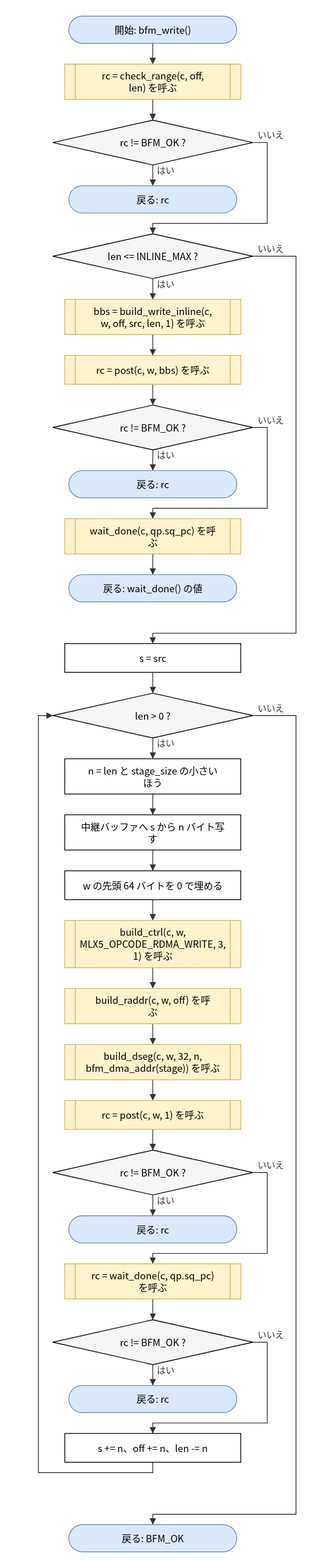
Before: doc/spec/images/flow_src_bfm_ops-bfm_write.drawio.svg, a diagram exported from draw.io (hf355051012-ai/bfmem). Source tidied: cells renumbered, new cells last; positions are measured from the earlier drawing's top-left corner, leaving out a move shared by most shapes.
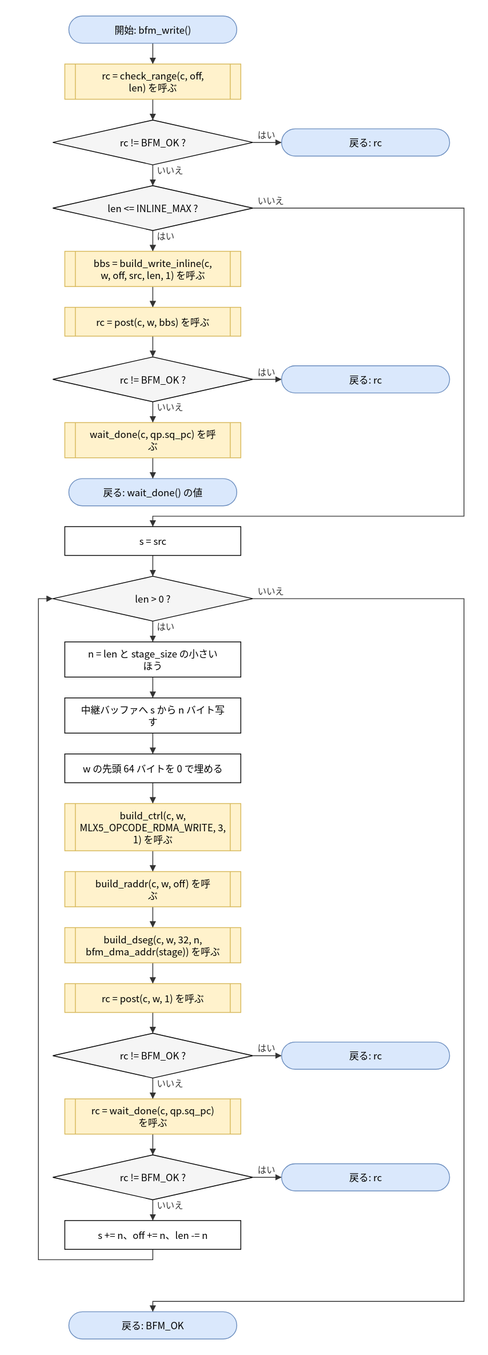
Later version of the same file.

Change to the diagram source:
```diff
@@ -12,76 +12,76 @@
       <mxGeometry x="18" y="130" width="250" height="56" as="geometry" />
     </mxCell>
     <mxCell id="5" value="戻る: rc" style="rounded=1;arcSize=50;whiteSpace=wrap;html=1;fillColor=#dae8fc;strokeColor=#6c8ebf;" parent="1" vertex="1">
-      <mxGeometry x="38" y="212" width="210" height="34" as="geometry" />
+      <mxGeometry x="304" y="141" width="210" height="34" as="geometry" />
     </mxCell>
     <mxCell id="6" value="len &amp;lt;= INLINE_MAX ?" style="rhombus;whiteSpace=wrap;html=1;fillColor=#f5f5f5;" parent="1" vertex="1">
-      <mxGeometry x="18" y="272" width="250" height="56" as="geometry" />
+      <mxGeometry x="18" y="212" width="250" height="56" as="geometry" />
     </mxCell>
     <mxCell id="7" value="bbs = build_write_inline(c,&lt;br&gt;w, off, src, len, 1) を呼ぶ" style="shape=process;whiteSpace=wrap;html=1;backgroundOutline=1;size=0.06;fillColor=#fff2cc;strokeColor=#d6b656;" parent="1" vertex="1">
-      <mxGeometry x="33" y="354" width="220" height="44" as="geometry" />
+      <mxGeometry x="33" y="294" width="220" height="44" as="geometry" />
     </mxCell>
     <mxCell id="8" value="rc = post(c, w, bbs) を呼ぶ" style="shape=process;whiteSpace=wrap;html=1;backgroundOutline=1;size=0.06;fillColor=#fff2cc;strokeColor=#d6b656;" parent="1" vertex="1">
-      <mxGeometry x="33" y="424" width="220" height="36" as="geometry" />
+      <mxGeometry x="33" y="364" width="220" height="36" as="geometry" />
     </mxCell>
     <mxCell id="9" value="rc != BFM_OK ?" style="rhombus;whiteSpace=wrap;html=1;fillColor=#f5f5f5;" parent="1" vertex="1">
-      <mxGeometry x="18" y="486" width="250" height="56" as="geometry" />
+      <mxGeometry x="18" y="426" width="250" height="56" as="geometry" />
     </mxCell>
     <mxCell id="10" value="戻る: rc" style="rounded=1;arcSize=50;whiteSpace=wrap;html=1;fillColor=#dae8fc;strokeColor=#6c8ebf;" parent="1" vertex="1">
-      <mxGeometry x="38" y="568" width="210" height="34" as="geometry" />
+      <mxGeometry x="304" y="437" width="210" height="34" as="geometry" />
     </mxCell>
     <mxCell id="11" value="wait_done(c, qp.sq_pc) を呼&lt;br&gt;ぶ" style="shape=process;whiteSpace=wrap;html=1;backgroundOutline=1;size=0.06;fillColor=#fff2cc;strokeColor=#d6b656;" parent="1" vertex="1">
-      <mxGeometry x="33" y="628" width="220" height="44" as="geometry" />
+      <mxGeometry x="33" y="508" width="220" height="44" as="geometry" />
     </mxCell>
     <mxCell id="12" value="戻る: wait_done() の値" style="rounded=1;arcSize=50;whiteSpace=wrap;html=1;fillColor=#dae8fc;strokeColor=#6c8ebf;" parent="1" vertex="1">
-      <mxGeometry x="38" y="698" width="210" height="34" as="geometry" />
+      <mxGeometry x="38" y="578" width="210" height="34" as="geometry" />
     </mxCell>
     <mxCell id="13" value="s = src" style="rounded=0;whiteSpace=wrap;html=1;" parent="1" vertex="1">
-      <mxGeometry x="33" y="784" width="220" height="36" as="geometry" />
+      <mxGeometry x="33" y="638" width="220" height="36" as="geometry" />
     </mxCell>
     <mxCell id="14" value="len &amp;gt; 0 ?" style="rhombus;whiteSpace=wrap;html=1;fillColor=#f5f5f5;" parent="1" vertex="1">
-      <mxGeometry x="18" y="846" width="250" height="56" as="geometry" />
+      <mxGeometry x="18" y="700" width="250" height="56" as="geometry" />
     </mxCell>
     <mxCell id="15" value="n = len と stage_size の小さい&lt;br&gt;ほう" style="rounded=0;whiteSpace=wrap;html=1;" parent="1" vertex="1">
-      <mxGeometry x="33" y="928" width="220" height="44" as="geometry" />
+      <mxGeometry x="33" y="782" width="220" height="44" as="geometry" />
     </mxCell>
     <mxCell id="16" value="中継バッファへ s から n バイト写&lt;br&gt;す" style="rounded=0;whiteSpace=wrap;html=1;" parent="1" vertex="1">
-      <mxGeometry x="33" y="998" width="220" height="44" as="geometry" />
+      <mxGeometry x="33" y="852" width="220" height="44" as="geometry" />
     </mxCell>
     <mxCell id="17" value="w の先頭 64 バイトを 0 で埋める" style="rounded=0;whiteSpace=wrap;html=1;" parent="1" vertex="1">
-      <mxGeometry x="33" y="1068" width="220" height="36" as="geometry" />
+      <mxGeometry x="33" y="922" width="220" height="36" as="geometry" />
     </mxCell>
     <mxCell id="18" value="build_ctrl(c, w,&lt;br&gt;MLX5_OPCODE_RDMA_WRITE, 3,&lt;br&gt;1) を呼ぶ" style="shape=process;whiteSpace=wrap;html=1;backgroundOutline=1;size=0.06;fillColor=#fff2cc;strokeColor=#d6b656;" parent="1" vertex="1">
-      <mxGeometry x="33" y="1130" width="220" height="59" as="geometry" />
+      <mxGeometry x="33" y="984" width="220" height="59" as="geometry" />
     </mxCell>
     <mxCell id="19" value="build_raddr(c, w, off) を呼&lt;br&gt;ぶ" style="shape=process;whiteSpace=wrap;html=1;backgroundOutline=1;size=0.06;fillColor=#fff2cc;strokeColor=#d6b656;" parent="1" vertex="1">
-      <mxGeometry x="33" y="1215" width="220" height="44" as="geometry" />
+      <mxGeometry x="33" y="1069" width="220" height="44" as="geometry" />
     </mxCell>
     <mxCell id="20" value="build_dseg(c, w, 32, n,&lt;br&gt;bfm_dma_addr(stage)) を呼ぶ" style="shape=process;whiteSpace=wrap;html=1;backgroundOutline=1;size=0.06;fillColor=#fff2cc;strokeColor=#d6b656;" parent="1" vertex="1">
-      <mxGeometry x="33" y="1285" width="220" height="44" as="geometry" />
+      <mxGeometry x="33" y="1139" width="220" height="44" as="geometry" />
     </mxCell>
     <mxCell id="21" value="rc = post(c, w, 1) を呼ぶ" style="shape=process;whiteSpace=wrap;html=1;backgroundOutline=1;size=0.06;fillColor=#fff2cc;strokeColor=#d6b656;" parent="1" vertex="1">
-      <mxGeometry x="33" y="1355" width="220" height="36" as="geometry" />
+      <mxGeometry x="33" y="1209" width="220" height="36" as="geometry" />
     </mxCell>
     <mxCell id="22" value="rc != BFM_OK ?" style="rhombus;whiteSpace=wrap;html=1;fillColor=#f5f5f5;" parent="1" vertex="1">
-      <mxGeometry x="18" y="1417" width="250" height="56" as="geometry" />
+      <mxGeometry x="18" y="1271" width="250" height="56" as="geometry" />
     </mxCell>
     <mxCell id="23" value="戻る: rc" style="rounded=1;arcSize=50;whiteSpace=wrap;html=1;fillColor=#dae8fc;strokeColor=#6c8ebf;" parent="1" vertex="1">
-      <mxGeometry x="38" y="1499" width="210" height="34" as="geometry" />
+      <mxGeometry x="304" y="1282" width="210" height="34" as="geometry" />
     </mxCell>
     <mxCell id="24" value="rc = wait_done(c, qp.sq_pc)&lt;br&gt;を呼ぶ" style="shape=process;whiteSpace=wrap;html=1;backgroundOutline=1;size=0.06;fillColor=#fff2cc;strokeColor=#d6b656;" parent="1" vertex="1">
-      <mxGeometry x="33" y="1559" width="220" height="44" as="geometry" />
+      <mxGeometry x="33" y="1353" width="220" height="44" as="geometry" />
     </mxCell>
     <mxCell id="25" value="rc != BFM_OK ?" style="rhombus;whiteSpace=wrap;html=1;fillColor=#f5f5f5;" parent="1" vertex="1">
-      <mxGeometry x="18" y="1629" width="250" height="56" as="geometry" />
+      <mxGeometry x="18" y="1423" width="250" height="56" as="geometry" />
     </mxCell>
     <mxCell id="26" value="戻る: rc" style="rounded=1;arcSize=50;whiteSpace=wrap;html=1;fillColor=#dae8fc;strokeColor=#6c8ebf;" parent="1" vertex="1">
-      <mxGeometry x="38" y="1711" width="210" height="34" as="geometry" />
+      <mxGeometry x="304" y="1434" width="210" height="34" as="geometry" />
     </mxCell>
     <mxCell id="27" value="s += n、off += n、len -= n" style="rounded=0;whiteSpace=wrap;html=1;" parent="1" vertex="1">
-      <mxGeometry x="33" y="1771" width="220" height="36" as="geometry" />
+      <mxGeometry x="33" y="1505" width="220" height="36" as="geometry" />
     </mxCell>
     <mxCell id="28" value="戻る: BFM_OK" style="rounded=1;arcSize=50;whiteSpace=wrap;html=1;fillColor=#dae8fc;strokeColor=#6c8ebf;" parent="1" vertex="1">
-      <mxGeometry x="38" y="1885" width="210" height="34" as="geometry" />
+      <mxGeometry x="38" y="1619" width="210" height="34" as="geometry" />
     </mxCell>
     <mxCell id="29" style="edgeStyle=none;html=1;rounded=0;endArrow=block;endFill=1;exitX=0.5000;exitY=1.0000;exitDx=0;exitDy=0;exitPerimeter=0;entryX=0.5000;entryY=0.0000;entryDx=0;entryDy=0;entryPerimeter=0;" parent="1" edge="1" source="2" target="3">
       <mxGeometry relative="1" as="geometry" />
@@ -89,17 +89,11 @@
     <mxCell id="30" style="edgeStyle=none;html=1;rounded=0;endArrow=block;endFill=1;exitX=0.5000;exitY=1.0000;exitDx=0;exitDy=0;exitPerimeter=0;entryX=0.5000;entryY=0.0000;entryDx=0;entryDy=0;entryPerimeter=0;" parent="1" edge="1" source="3" target="4">
       <mxGeometry relative="1" as="geometry" />
     </mxCell>
-    <mxCell id="31" value="はい" style="edgeStyle=none;html=1;rounded=0;endArrow=block;endFill=1;exitX=0.5000;exitY=1.0000;exitDx=0;exitDy=0;exitPerimeter=0;entryX=0.5000;entryY=0.0000;entryDx=0;entryDy=0;entryPerimeter=0;" parent="1" edge="1" source="4" target="5">
+    <mxCell id="31" value="はい" style="edgeStyle=none;html=1;rounded=0;endArrow=block;endFill=1;exitX=1.0000;exitY=0.5000;exitDx=0;exitDy=0;exitPerimeter=0;entryX=0.0000;entryY=0.5000;entryDx=0;entryDy=0;entryPerimeter=0;" parent="1" edge="1" source="4" target="5">
       <mxGeometry relative="1" as="geometry" />
     </mxCell>
-    <mxCell id="32" value="いいえ" style="edgeStyle=none;html=1;rounded=0;endArrow=block;endFill=1;exitX=1.0000;exitY=0.5000;exitDx=0;exitDy=0;exitPerimeter=0;entryX=0.5000;entryY=0.0000;entryDx=0;entryDy=0;entryPerimeter=0;" parent="1" edge="1" source="4" target="6">
-      <mxGeometry relative="1" as="geometry">
-        <Array as="points">
-          <mxPoint x="286" y="158" />
-          <mxPoint x="286" y="259" />
-          <mxPoint x="143" y="259" />
-        </Array>
-      </mxGeometry>
+    <mxCell id="32" value="いいえ" style="edgeStyle=none;html=1;rounded=0;endArrow=block;endFill=1;exitX=0.5000;exitY=1.0000;exitDx=0;exitDy=0;exitPerimeter=0;entryX=0.5000;entryY=0.0000;entryDx=0;entryDy=0;entryPerimeter=0;" parent="1" edge="1" source="4" target="6">
+      <mxGeometry relative="1" as="geometry" />
     </mxCell>
     <mxCell id="33" value="はい" style="edgeStyle=none;html=1;rounded=0;endArrow=block;endFill=1;exitX=0.5000;exitY=1.0000;exitDx=0;exitDy=0;exitPerimeter=0;entryX=0.5000;entryY=0.0000;entryDx=0;entryDy=0;entryPerimeter=0;" parent="1" edge="1" source="6" target="7">
       <mxGeometry relative="1" as="geometry" />
@@ -110,17 +104,11 @@
     <mxCell id="35" style="edgeStyle=none;html=1;rounded=0;endArrow=block;endFill=1;exitX=0.5000;exitY=1.0000;exitDx=0;exitDy=0;exitPerimeter=0;entryX=0.5000;entryY=0.0000;entryDx=0;entryDy=0;entryPerimeter=0;" parent="1" edge="1" source="8" target="9">
       <mxGeometry relative="1" as="geometry" />
     </mxCell>
-    <mxCell id="36" value="はい" style="edgeStyle=none;html=1;rounded=0;endArrow=block;endFill=1;exitX=0.5000;exitY=1.0000;exitDx=0;exitDy=0;exitPerimeter=0;entryX=0.5000;entryY=0.0000;entryDx=0;entryDy=0;entryPerimeter=0;" parent="1" edge="1" source="9" target="10">
+    <mxCell id="36" value="はい" style="edgeStyle=none;html=1;rounded=0;endArrow=block;endFill=1;exitX=1.0000;exitY=0.5000;exitDx=0;exitDy=0;exitPerimeter=0;entryX=0.0000;entryY=0.5000;entryDx=0;entryDy=0;entryPerimeter=0;" parent="1" edge="1" source="9" target="10">
       <mxGeometry relative="1" as="geometry" />
     </mxCell>
-    <mxCell id="37" value="いいえ" style="edgeStyle=none;html=1;rounded=0;endArrow=block;endFill=1;exitX=1.0000;exitY=0.5000;exitDx=0;exitDy=0;exitPerimeter=0;entryX=0.5000;entryY=0.0000;entryDx=0;entryDy=0;entryPerimeter=0;" parent="1" edge="1" source="9" target="11">
-      <mxGeometry relative="1" as="geometry">
-        <Array as="points">
-          <mxPoint x="286" y="514" />
-          <mxPoint x="286" y="615" />
-          <mxPoint x="143" y="615" />
-        </Array>
-      </mxGeometry>
+    <mxCell id="37" value="いいえ" style="edgeStyle=none;html=1;rounded=0;endArrow=block;endFill=1;exitX=0.5000;exitY=1.0000;exitDx=0;exitDy=0;exitPerimeter=0;entryX=0.5000;entryY=0.0000;entryDx=0;entryDy=0;entryPerimeter=0;" parent="1" edge="1" source="9" target="11">
+      <mxGeometry relative="1" as="geometry" />
     </mxCell>
     <mxCell id="38" style="edgeStyle=none;html=1;rounded=0;endArrow=block;endFill=1;exitX=0.5000;exitY=1.0000;exitDx=0;exitDy=0;exitPerimeter=0;entryX=0.5000;entryY=0.0000;entryDx=0;entryDy=0;entryPerimeter=0;" parent="1" edge="1" source="11" target="12">
       <mxGeometry relative="1" as="geometry" />
@@ -128,9 +116,9 @@
     <mxCell id="39" value="いいえ" style="edgeStyle=none;html=1;rounded=0;endArrow=block;endFill=1;exitX=1.0000;exitY=0.5000;exitDx=0;exitDy=0;exitPerimeter=0;entryX=0.5000;entryY=0.0000;entryDx=0;entryDy=0;entryPerimeter=0;" parent="1" edge="1" source="6" target="13">
       <mxGeometry relative="1" as="geometry">
         <Array as="points">
-          <mxPoint x="322" y="300" />
-          <mxPoint x="322" y="771" />
-          <mxPoint x="143" y="771" />
+          <mxPoint x="532" y="240" />
+          <mxPoint x="532" y="625" />
+          <mxPoint x="143" y="625" />
         </Array>
       </mxGeometry>
     </mxCell>
@@ -161,48 +149,36 @@
     <mxCell id="48" style="edgeStyle=none;html=1;rounded=0;endArrow=block;endFill=1;exitX=0.5000;exitY=1.0000;exitDx=0;exitDy=0;exitPerimeter=0;entryX=0.5000;entryY=0.0000;entryDx=0;entryDy=0;entryPerimeter=0;" parent="1" edge="1" source="21" target="22">
       <mxGeometry relative="1" as="geometry" />
     </mxCell>
-    <mxCell id="49" value="はい" style="edgeStyle=none;html=1;rounded=0;endArrow=block;endFill=1;exitX=0.5000;exitY=1.0000;exitDx=0;exitDy=0;exitPerimeter=0;entryX=0.5000;entryY=0.0000;entryDx=0;entryDy=0;entryPerimeter=0;" parent="1" edge="1" source="22" target="23">
+    <mxCell id="49" value="はい" style="edgeStyle=none;html=1;rounded=0;endArrow=block;endFill=1;exitX=1.0000;exitY=0.5000;exitDx=0;exitDy=0;exitPerimeter=0;entryX=0.0000;entryY=0.5000;entryDx=0;entryDy=0;entryPerimeter=0;" parent="1" edge="1" source="22" target="23">
       <mxGeometry relative="1" as="geometry" />
     </mxCell>
-    <mxCell id="50" value="いいえ" style="edgeStyle=none;html=1;rounded=0;endArrow=block;endFill=1;exitX=1.0000;exitY=0.5000;exitDx=0;exitDy=0;exitPerimeter=0;entryX=0.5000;entryY=0.0000;entryDx=0;entryDy=0;entryPerimeter=0;" parent="1" edge="1" source="22" target="24">
-      <mxGeometry relative="1" as="geometry">
-        <Array as="points">
-          <mxPoint x="286" y="1445" />
-          <mxPoint x="286" y="1546" />
-          <mxPoint x="143" y="1546" />
-        </Array>
-      </mxGeometry>
+    <mxCell id="50" value="いいえ" style="edgeStyle=none;html=1;rounded=0;endArrow=block;endFill=1;exitX=0.5000;exitY=1.0000;exitDx=0;exitDy=0;exitPerimeter=0;entryX=0.5000;entryY=0.0000;entryDx=0;entryDy=0;entryPerimeter=0;" parent="1" edge="1" source="22" target="24">
+      <mxGeometry relative="1" as="geometry" />
     </mxCell>
     <mxCell id="51" style="edgeStyle=none;html=1;rounded=0;endArrow=block;endFill=1;exitX=0.5000;exitY=1.0000;exitDx=0;exitDy=0;exitPerimeter=0;entryX=0.5000;entryY=0.0000;entryDx=0;entryDy=0;entryPerimeter=0;" parent="1" edge="1" source="24" target="25">
       <mxGeometry relative="1" as="geometry" />
     </mxCell>
-    <mxCell id="52" value="はい" style="edgeStyle=none;html=1;rounded=0;endArrow=block;endFill=1;exitX=0.5000;exitY=1.0000;exitDx=0;exitDy=0;exitPerimeter=0;entryX=0.5000;entryY=0.0000;entryDx=0;entryDy=0;entryPerimeter=0;" parent="1" edge="1" source="25" target="26">
+    <mxCell id="52" value="はい" style="edgeStyle=none;html=1;rounded=0;endArrow=block;endFill=1;exitX=1.0000;exitY=0.5000;exitDx=0;exitDy=0;exitPerimeter=0;entryX=0.0000;entryY=0.5000;entryDx=0;entryDy=0;entryPerimeter=0;" parent="1" edge="1" source="25" target="26">
       <mxGeometry relative="1" as="geometry" />
     </mxCell>
-    <mxCell id="53" value="いいえ" style="edgeStyle=none;html=1;rounded=0;endArrow=block;endFill=1;exitX=1.0000;exitY=0.5000;exitDx=0;exitDy=0;exitPerimeter=0;entryX=0.5000;entryY=0.0000;entryDx=0;entryDy=0;entryPerimeter=0;" parent="1" edge="1" source="25" target="27">
-      <mxGeometry relative="1" as="geometry">
-        <Array as="points">
-          <mxPoint x="286" y="1657" />
-          <mxPoint x="286" y="1758" />
-          <mxPoint x="143" y="1758" />
-        </Array>
-      </mxGeometry>
+    <mxCell id="53" value="いいえ" style="edgeStyle=none;html=1;rounded=0;endArrow=block;endFill=1;exitX=0.5000;exitY=1.0000;exitDx=0;exitDy=0;exitPerimeter=0;entryX=0.5000;entryY=0.0000;entryDx=0;entryDy=0;entryPerimeter=0;" parent="1" edge="1" source="25" target="27">
+      <mxGeometry relative="1" as="geometry" />
     </mxCell>
     <mxCell id="54" style="edgeStyle=none;html=1;rounded=0;endArrow=block;endFill=1;exitX=0.5000;exitY=1.0000;exitDx=0;exitDy=0;exitPerimeter=0;entryX=0.0000;entryY=0.5000;entryDx=0;entryDy=0;entryPerimeter=0;" parent="1" edge="1" source="27" target="14">
       <mxGeometry relative="1" as="geometry">
         <Array as="points">
-          <mxPoint x="143" y="1820" />
-          <mxPoint y="1820" />
-          <mxPoint y="874" />
+          <mxPoint x="143" y="1554" />
+          <mxPoint y="1554" />
+          <mxPoint y="728" />
         </Array>
       </mxGeometry>
     </mxCell>
     <mxCell id="55" value="いいえ" style="edgeStyle=none;html=1;rounded=0;endArrow=block;endFill=1;exitX=1.0000;exitY=0.5000;exitDx=0;exitDy=0;exitPerimeter=0;entryX=0.5000;entryY=0.0000;entryDx=0;entryDy=0;entryPerimeter=0;" parent="1" edge="1" source="14" target="28">
       <mxGeometry relative="1" as="geometry">
         <Array as="points">
-          <mxPoint x="322" y="874" />
-          <mxPoint x="322" y="1872" />
-          <mxPoint x="143" y="1872" />
+          <mxPoint x="532" y="728" />
+          <mxPoint x="532" y="1606" />
+          <mxPoint x="143" y="1606" />
         </Array>
       </mxGeometry>
     </mxCell>
```
